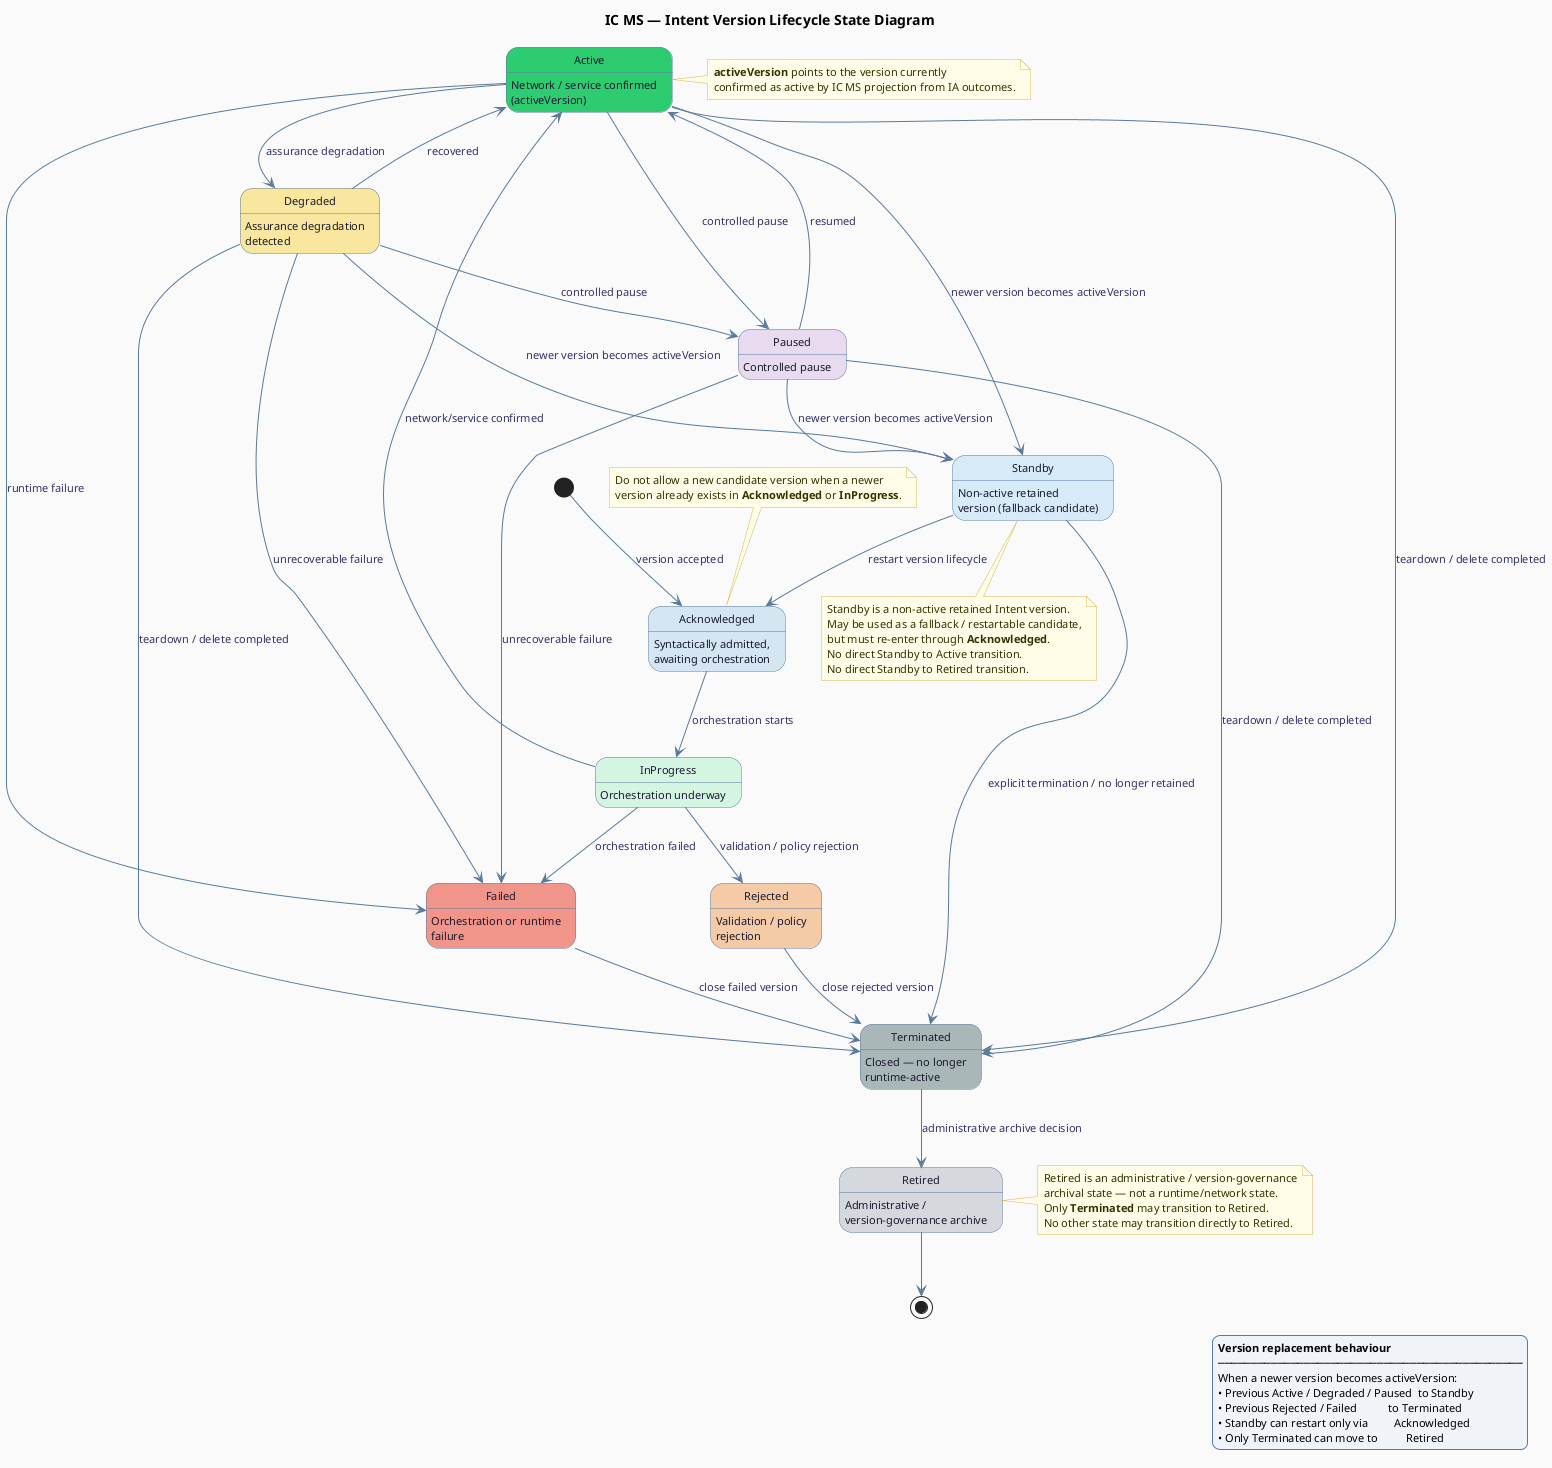
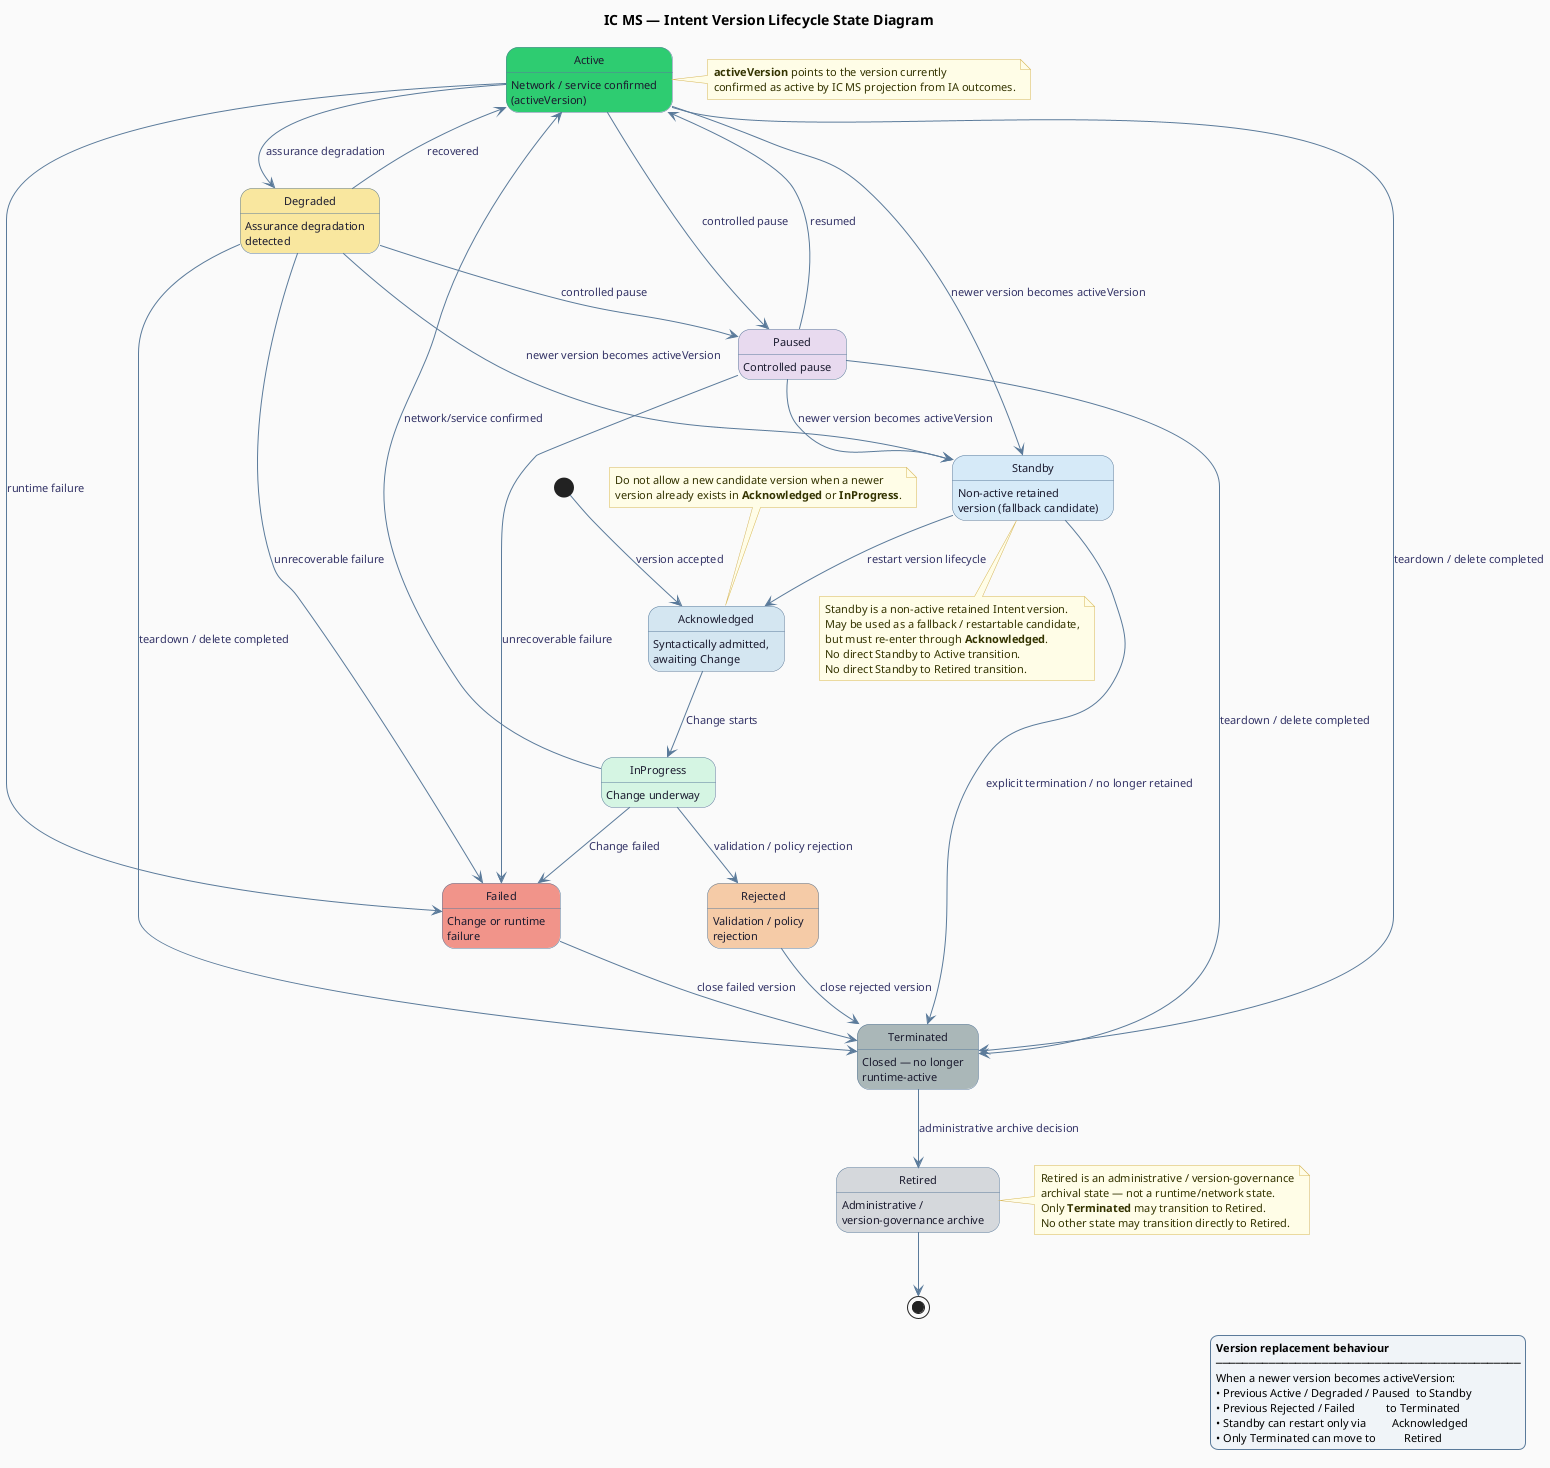
@startuml
' IC MS Intent Version Lifecycle State Diagram

hide empty description
skinparam shadowing false
skinparam backgroundColor #FAFAFA

skinparam state {
  BackgroundColor #FFFFFF
  BorderColor #5a7a9a
  FontSize 12
  FontColor #1a1a2e
  ArrowColor #5a7a9a
  ArrowFontSize 11
  ArrowFontColor #333366
  AttributeFontSize 11
}

skinparam note {
  BackgroundColor #fffde7
  BorderColor #d6b656
  FontSize 11
  FontColor #333300
}

skinparam legend {
  BackgroundColor #f0f4f8
  BorderColor #5a7a9a
  FontSize 11
}

title <b>IC MS — Intent Version Lifecycle State Diagram</b>

' ── Entry ──────────────────────────────────────────────────────────────────
[*] --> Acknowledged : version accepted

' ── States ────────────────────────────────────────────────────────────────
- state Acknowledged #d4e6f1 : Syntactically admitted,\nawaiting orchestration
+ state Acknowledged #d4e6f1 : Syntactically admitted,\nawaiting Change

- state InProgress #d5f5e3 : Orchestration underway
+ state InProgress #d5f5e3 : Change underway

state Active #2ecc71 : Network / service confirmed\n(activeVersion)

state Degraded #f9e79f : Assurance degradation\ndetected

state Paused #e8daef : Controlled pause

state Standby #d6eaf8 : Non-active retained\nversion (fallback candidate)

state Rejected #f5cba7 : Validation / policy\nrejection

- state Failed #f1948a : Orchestration or runtime\nfailure
+ state Failed #f1948a : Change or runtime\nfailure

state Terminated #aab7b8 : Closed — no longer\nruntime-active

state Retired #d5d8dc : Administrative /\nversion-governance archive

' ── Transitions ───────────────────────────────────────────────────────────
- Acknowledged --> InProgress : orchestration starts
+ Acknowledged --> InProgress : Change starts

InProgress --> Active     : network/service confirmed
- InProgress --> Failed     : orchestration failed
+ InProgress --> Failed     : Change failed
InProgress --> Rejected   : validation / policy rejection

Active --> Degraded   : assurance degradation
Active --> Paused     : controlled pause
Active --> Failed     : runtime failure
Active --> Terminated : teardown / delete completed
Active --> Standby    : newer version becomes activeVersion

Degraded --> Active     : recovered
Degraded --> Paused     : controlled pause
Degraded --> Failed     : unrecoverable failure
Degraded --> Terminated : teardown / delete completed
Degraded --> Standby    : newer version becomes activeVersion

Paused --> Active     : resumed
Paused --> Failed     : unrecoverable failure
Paused --> Terminated : teardown / delete completed
Paused --> Standby    : newer version becomes activeVersion

Rejected  --> Terminated : close rejected version
Failed    --> Terminated : close failed version

Standby --> Acknowledged : restart version lifecycle
Standby --> Terminated   : explicit termination / no longer retained

Terminated --> Retired : administrative archive decision
Retired    --> [*]

' ── Notes ─────────────────────────────────────────────────────────────────
note top of Acknowledged
  Do not allow a new candidate version when a newer
  version already exists in <b>Acknowledged</b> or <b>InProgress</b>.
end note

note right of Active
  <b>activeVersion</b> points to the version currently
  confirmed as active by IC MS projection from IA outcomes.
end note

note bottom of Standby
  Standby is a non-active retained Intent version.
  May be used as a fallback / restartable candidate,
  but must re-enter through <b>Acknowledged</b>.
  No direct Standby to Active transition.
  No direct Standby to Retired transition.
end note

note right of Retired
  Retired is an administrative / version-governance
  archival state — not a runtime/network state.
  Only <b>Terminated</b> may transition to Retired.
  No other state may transition directly to Retired.
end note

legend right
  <b>Version replacement behaviour</b>
  ──────────────────────────────────────────────
  When a newer version becomes activeVersion:
  • Previous Active / Degraded / Paused  to Standby
  • Previous Rejected / Failed           to Terminated
  • Standby can restart only via         Acknowledged
  • Only Terminated can move to          Retired
endlegend

@enduml